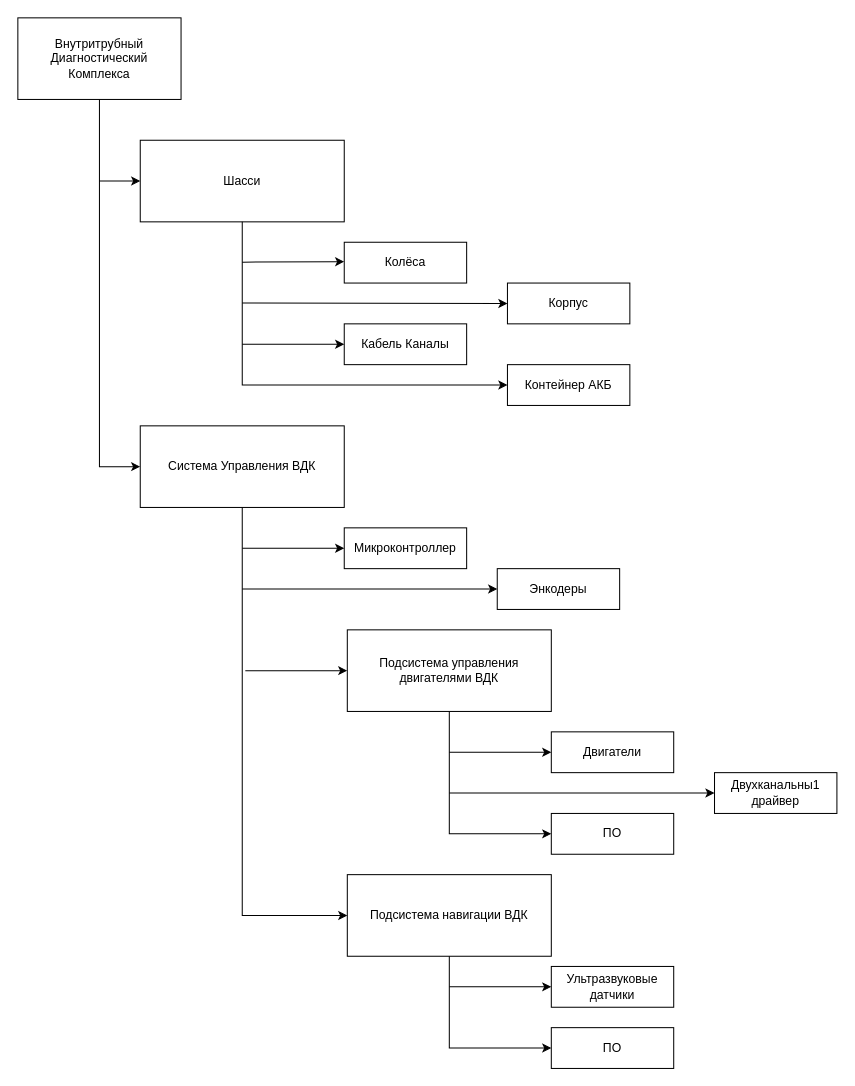
This is Наработки/Схемы/Структурная Схема.drawio from AlexRussellGit/VKR---Russell-Alexander, a draw.io file, before an edit. Source tidied: cells renumbered, new cells numbered last; positions are measured from the earlier drawing's top-left corner, leaving out a move shared by most shapes. Both pictures are drawn from the tidied source at 102%, with x=0, y=0 at pixel (17, 17).
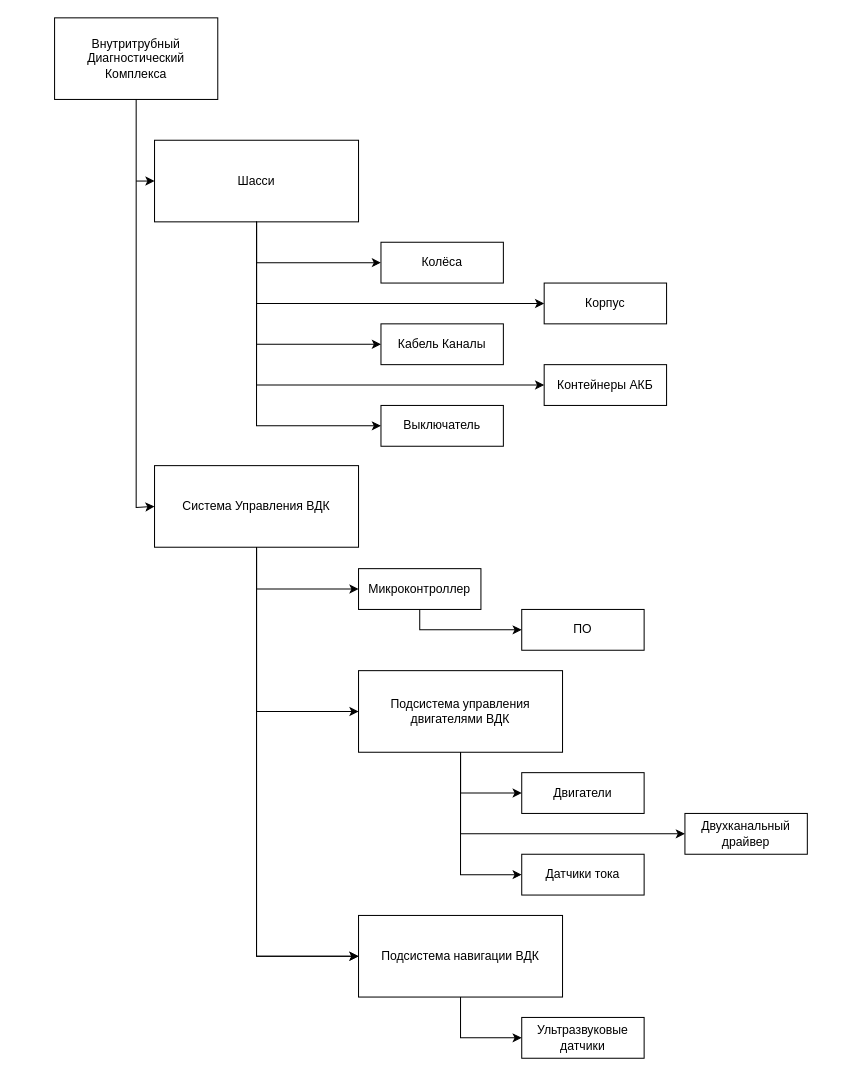
After the change.

The edit, as a diff of the source:
```diff
@@
     <mxCell id="2" value="Внутритрубный&lt;br&gt;Диагностический&lt;br&gt;Комплекса" style="rounded=0;whiteSpace=wrap;html=1;" parent="1" vertex="1">
-      <mxGeometry width="160" height="80" as="geometry" />
+      <mxGeometry x="36" width="160" height="80" as="geometry" />
     </mxCell>
     <mxCell id="3" value="Шасси" style="rounded=0;whiteSpace=wrap;html=1;" parent="1" vertex="1">
-      <mxGeometry x="120" y="120" width="200" height="80" as="geometry" />
+      <mxGeometry x="134" y="120" width="200" height="80" as="geometry" />
     </mxCell>
     <mxCell id="4" value="Подсистема управления &lt;br&gt;двигателями ВДК" style="rounded=0;whiteSpace=wrap;html=1;" parent="1" vertex="1">
-      <mxGeometry x="323" y="600" width="200" height="80" as="geometry" />
+      <mxGeometry x="334" y="640" width="200" height="80" as="geometry" />
     </mxCell>
     <mxCell id="5" value="Система Управления ВДК" style="rounded=0;whiteSpace=wrap;html=1;" parent="1" vertex="1">
-      <mxGeometry x="120" y="400" width="200" height="80" as="geometry" />
+      <mxGeometry x="134" y="439" width="200" height="80" as="geometry" />
     </mxCell>
     <mxCell id="6" style="endArrow=classic;html=1;rounded=0;exitX=0.5;exitY=1;exitDx=0;exitDy=0;entryX=0;entryY=0.5;entryDx=0;entryDy=0;" parent="1" edge="1" source="2" target="5">
       <mxGeometry relative="1" as="geometry">
         <Array as="points">
-          <mxPoint x="80" y="440" />
+          <mxPoint x="116" y="480" />
         </Array>
       </mxGeometry>
     </mxCell>
     <mxCell id="7" value="Колёса" style="rounded=0;whiteSpace=wrap;html=1;" parent="1" vertex="1">
-      <mxGeometry x="320" y="220" width="120" height="40" as="geometry" />
+      <mxGeometry x="356" y="220" width="120" height="40" as="geometry" />
     </mxCell>
     <mxCell id="8" value="Корпус" style="rounded=0;whiteSpace=wrap;html=1;" parent="1" vertex="1">
-      <mxGeometry x="480" y="260" width="120" height="40" as="geometry" />
+      <mxGeometry x="516" y="260" width="120" height="40" as="geometry" />
     </mxCell>
-    <mxCell id="9" value="Контейнер АКБ" style="rounded=0;whiteSpace=wrap;html=1;" parent="1" vertex="1">
-      <mxGeometry x="480" y="340" width="120" height="40" as="geometry" />
+    <mxCell id="9" value="Контейнеры АКБ" style="rounded=0;whiteSpace=wrap;html=1;" parent="1" vertex="1">
+      <mxGeometry x="516" y="340" width="120" height="40" as="geometry" />
     </mxCell>
     <mxCell id="10" value="Кабель Каналы" style="rounded=0;whiteSpace=wrap;html=1;" parent="1" vertex="1">
-      <mxGeometry x="320" y="300" width="120" height="40" as="geometry" />
+      <mxGeometry x="356" y="300" width="120" height="40" as="geometry" />
     </mxCell>
     <mxCell id="11" style="endArrow=classic;html=1;rounded=0;exitX=0.5;exitY=1;exitDx=0;exitDy=0;entryX=0;entryY=0.5;entryDx=0;entryDy=0;" parent="1" edge="1" source="3" target="9">
       <mxGeometry relative="1" as="geometry">
         <Array as="points">
-          <mxPoint x="220" y="360" />
+          <mxPoint x="234" y="360" />
         </Array>
       </mxGeometry>
     </mxCell>
-    <mxCell id="12" style="endArrow=classic;html=1;rounded=0;entryX=0;entryY=0.5;entryDx=0;entryDy=0;" parent="1" edge="1" target="10">
+    <mxCell id="12" style="endArrow=classic;html=1;rounded=0;entryX=0;entryY=0.5;entryDx=0;entryDy=0;exitX=0.5;exitY=1;exitDx=0;exitDy=0;" parent="1" edge="1" source="3" target="10">
       <mxGeometry relative="1" as="geometry">
-        <mxPoint x="220" y="320" as="sourcePoint" />
+        <Array as="points">
+          <mxPoint x="234" y="320" />
+        </Array>
       </mxGeometry>
     </mxCell>
-    <mxCell id="13" style="endArrow=classic;html=1;rounded=0;entryX=0;entryY=0.5;entryDx=0;entryDy=0;" parent="1" edge="1" target="8">
+    <mxCell id="13" style="endArrow=classic;html=1;rounded=0;entryX=0;entryY=0.5;entryDx=0;entryDy=0;exitX=0.5;exitY=1;exitDx=0;exitDy=0;" parent="1" edge="1" source="3" target="8">
       <mxGeometry relative="1" as="geometry">
-        <mxPoint x="220" y="279.5" as="sourcePoint" />
+        <Array as="points">
+          <mxPoint x="234" y="280" />
+        </Array>
       </mxGeometry>
     </mxCell>
-    <mxCell id="14" style="endArrow=classic;html=1;rounded=0;" parent="1" edge="1">
+    <mxCell id="14" style="endArrow=classic;html=1;rounded=0;entryX=0;entryY=0.5;entryDx=0;entryDy=0;" parent="1" edge="1" target="7">
       <mxGeometry relative="1" as="geometry">
-        <mxPoint x="220" y="239.5" as="sourcePoint" />
-        <mxPoint x="320" y="239" as="targetPoint" />
+        <mxPoint x="234" y="200" as="sourcePoint" />
+        <Array as="points">
+          <mxPoint x="234" y="240" />
+        </Array>
       </mxGeometry>
     </mxCell>
     <mxCell id="15" style="endArrow=classic;html=1;rounded=0;entryX=0;entryY=0.5;entryDx=0;entryDy=0;" parent="1" edge="1" target="3">
       <mxGeometry relative="1" as="geometry">
-        <mxPoint x="80" y="160" as="sourcePoint" />
+        <mxPoint x="116" y="160" as="sourcePoint" />
       </mxGeometry>
     </mxCell>
     <mxCell id="16" value="Микроконтроллер" style="rounded=0;whiteSpace=wrap;html=1;" parent="1" vertex="1">
-      <mxGeometry x="320" y="500" width="120" height="40" as="geometry" />
+      <mxGeometry x="334" y="540" width="120" height="40" as="geometry" />
     </mxCell>
-    <mxCell id="17" value="Энкодеры" style="rounded=0;whiteSpace=wrap;html=1;" parent="1" vertex="1">
-      <mxGeometry x="470" y="540" width="120" height="40" as="geometry" />
+    <mxCell id="17" value="Датчики тока" style="rounded=0;whiteSpace=wrap;html=1;" parent="1" vertex="1">
+      <mxGeometry x="494" y="820" width="120" height="40" as="geometry" />
     </mxCell>
     <mxCell id="18" value="Ультразвуковые датчики" style="rounded=0;whiteSpace=wrap;html=1;" parent="1" vertex="1">
-      <mxGeometry x="523" y="930" width="120" height="40" as="geometry" />
+      <mxGeometry x="494" y="980" width="120" height="40" as="geometry" />
     </mxCell>
     <mxCell id="19" value="ПО" style="rounded=0;whiteSpace=wrap;html=1;" parent="1" vertex="1">
-      <mxGeometry x="523" y="780" width="120" height="40" as="geometry" />
+      <mxGeometry x="494" y="580" width="120" height="40" as="geometry" />
     </mxCell>
-    <mxCell id="20" style="endArrow=classic;html=1;rounded=0;" parent="1" edge="1">
-      <mxGeometry relative="1" as="geometry">
-        <mxPoint x="220" y="560" as="sourcePoint" />
-        <mxPoint x="470" y="560" as="targetPoint" />
-      </mxGeometry>
-    </mxCell>
-    <mxCell id="21" style="endArrow=classic;html=1;rounded=0;entryX=0;entryY=0.5;entryDx=0;entryDy=0;" parent="1" edge="1" target="16">
+    <mxCell id="21" style="endArrow=classic;html=1;rounded=0;entryX=0;entryY=0.5;entryDx=0;entryDy=0;exitX=0.5;exitY=1;exitDx=0;exitDy=0;" parent="1" edge="1" source="5" target="16">
       <mxGeometry relative="1" as="geometry">
-        <mxPoint x="220" y="520" as="sourcePoint" />
+        <Array as="points">
+          <mxPoint x="234" y="560" />
+        </Array>
       </mxGeometry>
     </mxCell>
     <mxCell id="22" value="Подсистема навигации ВДК" style="rounded=0;whiteSpace=wrap;html=1;" parent="1" vertex="1">
-      <mxGeometry x="323" y="840" width="200" height="80" as="geometry" />
+      <mxGeometry x="334" y="880" width="200" height="80" as="geometry" />
     </mxCell>
-    <mxCell id="23" value="ПО" style="rounded=0;whiteSpace=wrap;html=1;" parent="1" vertex="1">
-      <mxGeometry x="523" y="990" width="120" height="40" as="geometry" />
-    </mxCell>
-    <mxCell id="24" style="endArrow=classic;html=1;rounded=0;entryX=0;entryY=0.5;entryDx=0;entryDy=0;" parent="1" edge="1" target="4">
-      <mxGeometry relative="1" as="geometry">
-        <mxPoint x="223" y="640" as="sourcePoint" />
-      </mxGeometry>
-    </mxCell>
-    <mxCell id="25" style="endArrow=classic;html=1;rounded=0;exitX=0.5;exitY=1;exitDx=0;exitDy=0;entryX=0;entryY=0.5;entryDx=0;entryDy=0;" parent="1" edge="1" source="4" target="19">
-      <mxGeometry relative="1" as="geometry">
-        <Array as="points">
-          <mxPoint x="423" y="800" />
-        </Array>
-      </mxGeometry>
-    </mxCell>
-    <mxCell id="26" style="endArrow=classic;html=1;rounded=0;entryX=0;entryY=0.5;entryDx=0;entryDy=0;" parent="1" edge="1" target="18">
+    <mxCell id="26" style="endArrow=classic;html=1;rounded=0;entryX=0;entryY=0.5;entryDx=0;entryDy=0;exitX=0.5;exitY=1;exitDx=0;exitDy=0;" parent="1" edge="1" source="22" target="18">
       <mxGeometry relative="1" as="geometry">
-        <mxPoint x="423" y="950" as="sourcePoint" />
+        <Array as="points">
+          <mxPoint x="434" y="1000" />
+        </Array>
       </mxGeometry>
     </mxCell>
-    <mxCell id="27" style="endArrow=classic;html=1;rounded=0;exitX=0.5;exitY=1;exitDx=0;exitDy=0;entryX=0;entryY=0.5;entryDx=0;entryDy=0;" parent="1" edge="1" source="22" target="23">
-      <mxGeometry relative="1" as="geometry">
-        <Array as="points">
-          <mxPoint x="423" y="1010" />
-        </Array>
-      </mxGeometry>
-    </mxCell>
-    <mxCell id="28" style="endArrow=classic;html=1;rounded=0;exitX=0.5;exitY=1;exitDx=0;exitDy=0;entryX=0;entryY=0.5;entryDx=0;entryDy=0;" parent="1" edge="1" source="5" target="22">
-      <mxGeometry relative="1" as="geometry">
-        <Array as="points">
-          <mxPoint x="220" y="880" />
-        </Array>
-      </mxGeometry>
-    </mxCell>
     <mxCell id="29" value="Двигатели" style="rounded=0;whiteSpace=wrap;html=1;" parent="1" vertex="1">
-      <mxGeometry x="523" y="700" width="120" height="40" as="geometry" />
+      <mxGeometry x="494" y="740" width="120" height="40" as="geometry" />
     </mxCell>
-    <mxCell id="30" style="endArrow=classic;html=1;rounded=0;entryX=0;entryY=0.5;entryDx=0;entryDy=0;" parent="1" edge="1" target="29">
+    <mxCell id="30" style="endArrow=classic;html=1;rounded=0;entryX=0;entryY=0.5;entryDx=0;entryDy=0;exitX=0.5;exitY=1;exitDx=0;exitDy=0;" parent="1" edge="1" source="4" target="29">
       <mxGeometry relative="1" as="geometry">
-        <mxPoint x="423" y="720" as="sourcePoint" />
+        <Array as="points">
+          <mxPoint x="434" y="760" />
+        </Array>
       </mxGeometry>
     </mxCell>
-    <mxCell id="31" style="endArrow=classic;html=1;rounded=0;" parent="1" edge="1">
+    <mxCell id="31" style="endArrow=classic;html=1;rounded=0;entryX=0;entryY=0.5;entryDx=0;entryDy=0;exitX=0.5;exitY=1;exitDx=0;exitDy=0;" parent="1" edge="1" source="4" target="32">
       <mxGeometry relative="1" as="geometry">
-        <mxPoint x="423" y="760" as="sourcePoint" />
-        <mxPoint x="683" y="760" as="targetPoint" />
+        <Array as="points">
+          <mxPoint x="434" y="800" />
+        </Array>
       </mxGeometry>
     </mxCell>
-    <mxCell id="32" value="Двухканальны1 драйвер" style="rounded=0;whiteSpace=wrap;html=1;" parent="1" vertex="1">
-      <mxGeometry x="683" y="740" width="120" height="40" as="geometry" />
+    <mxCell id="32" value="Двухканальный драйвер" style="rounded=0;whiteSpace=wrap;html=1;" parent="1" vertex="1">
+      <mxGeometry x="654" y="780" width="120" height="40" as="geometry" />
     </mxCell>
+    <mxCell id="33" style="endArrow=classic;html=1;rounded=0;entryX=0;entryY=0.5;entryDx=0;entryDy=0;exitX=0.5;exitY=1;exitDx=0;exitDy=0;" parent="1" edge="1" source="3" target="34">
+      <mxGeometry relative="1" as="geometry">
+        <Array as="points">
+          <mxPoint x="234" y="400" />
+        </Array>
+      </mxGeometry>
+    </mxCell>
+    <mxCell id="34" value="Выключатель" style="rounded=0;whiteSpace=wrap;html=1;" parent="1" vertex="1">
+      <mxGeometry x="356" y="380" width="120" height="40" as="geometry" />
+    </mxCell>
+    <mxCell id="35" style="endArrow=classic;html=1;rounded=0;entryX=0;entryY=0.5;entryDx=0;entryDy=0;exitX=0.5;exitY=1;exitDx=0;exitDy=0;" parent="1" edge="1" source="5" target="22">
+      <mxGeometry relative="1" as="geometry">
+        <Array as="points">
+          <mxPoint x="234" y="920" />
+        </Array>
+      </mxGeometry>
+    </mxCell>
+    <mxCell id="36" style="endArrow=classic;html=1;rounded=0;entryX=0;entryY=0.5;entryDx=0;entryDy=0;exitX=0.5;exitY=1;exitDx=0;exitDy=0;" parent="1" edge="1" source="5" target="4">
+      <mxGeometry relative="1" as="geometry">
+        <Array as="points">
+          <mxPoint x="234" y="680" />
+        </Array>
+      </mxGeometry>
+    </mxCell>
+    <mxCell id="37" style="endArrow=classic;html=1;rounded=0;entryX=0;entryY=0.5;entryDx=0;entryDy=0;exitX=0.5;exitY=1;exitDx=0;exitDy=0;" parent="1" edge="1" source="16" target="19">
+      <mxGeometry relative="1" as="geometry">
+        <Array as="points">
+          <mxPoint x="394" y="600" />
+        </Array>
+      </mxGeometry>
+    </mxCell>
+    <mxCell id="38" style="endArrow=classic;html=1;rounded=0;entryX=0;entryY=0.5;entryDx=0;entryDy=0;exitX=0.5;exitY=1;exitDx=0;exitDy=0;" parent="1" edge="1" source="4" target="17">
+      <mxGeometry relative="1" as="geometry">
+        <Array as="points">
+          <mxPoint x="434" y="840" />
+        </Array>
+      </mxGeometry>
+    </mxCell>
+    <mxCell id="39" style="endArrow=classic;html=1;rounded=0;entryX=0;entryY=0.5;entryDx=0;entryDy=0;exitX=0.5;exitY=1;exitDx=0;exitDy=0;" parent="1" edge="1" source="5" target="22">
+      <mxGeometry relative="1" as="geometry">
+        <Array as="points">
+          <mxPoint x="234" y="920" />
+        </Array>
+      </mxGeometry>
+    </mxCell>
```
